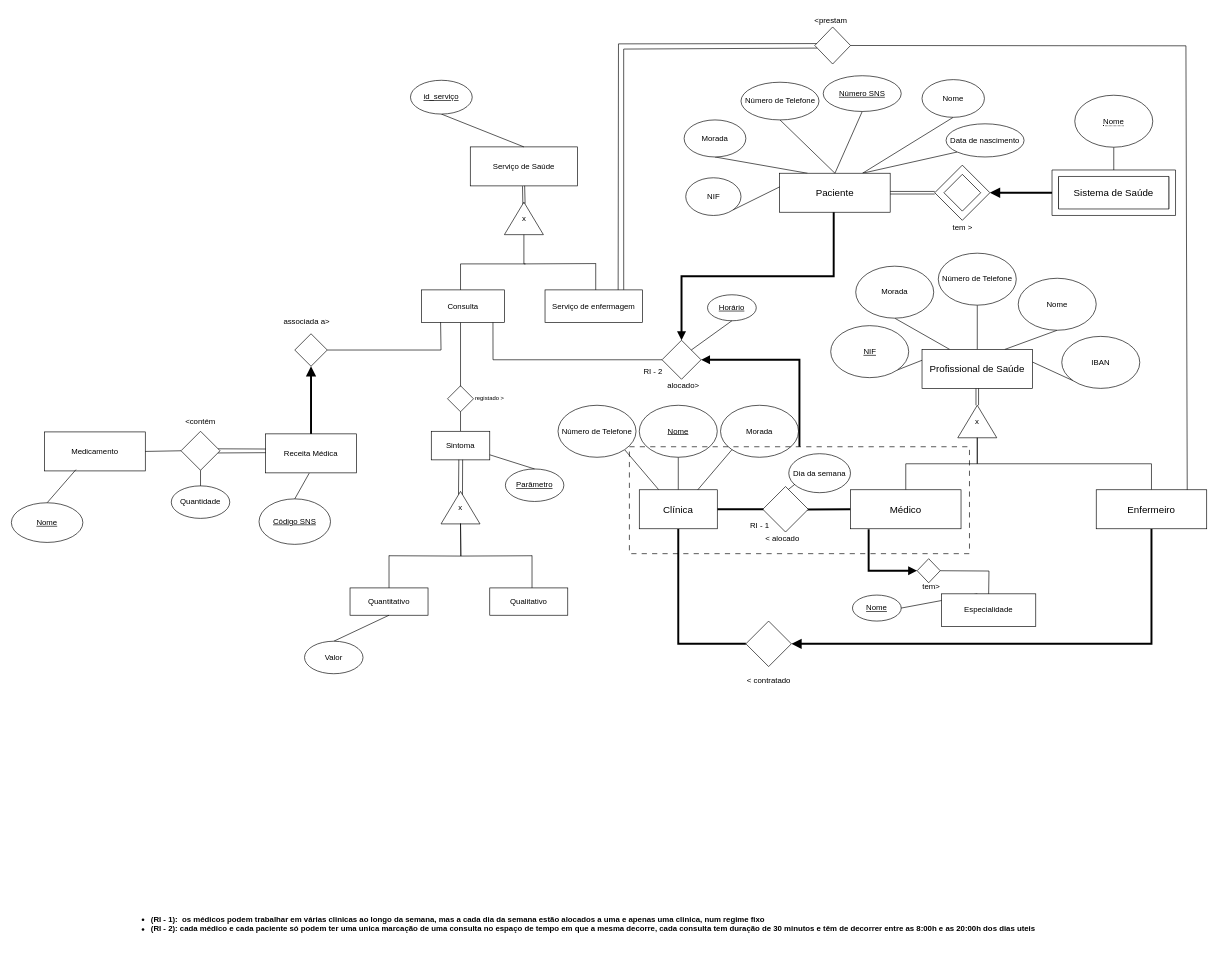
Before: page "Page-1" (1 of 2) of diagrams/modelo_EA.drawio in Zane-dev16/BD-projeto-E1, a draw.io diagram. Source tidied: cells renumbered, new cells numbered last; positions are measured from the earlier drawing's top-left corner, leaving out a move shared by most shapes. Both pictures are drawn from the tidied source at 65%, with x=0, y=0 at pixel (11, 11).
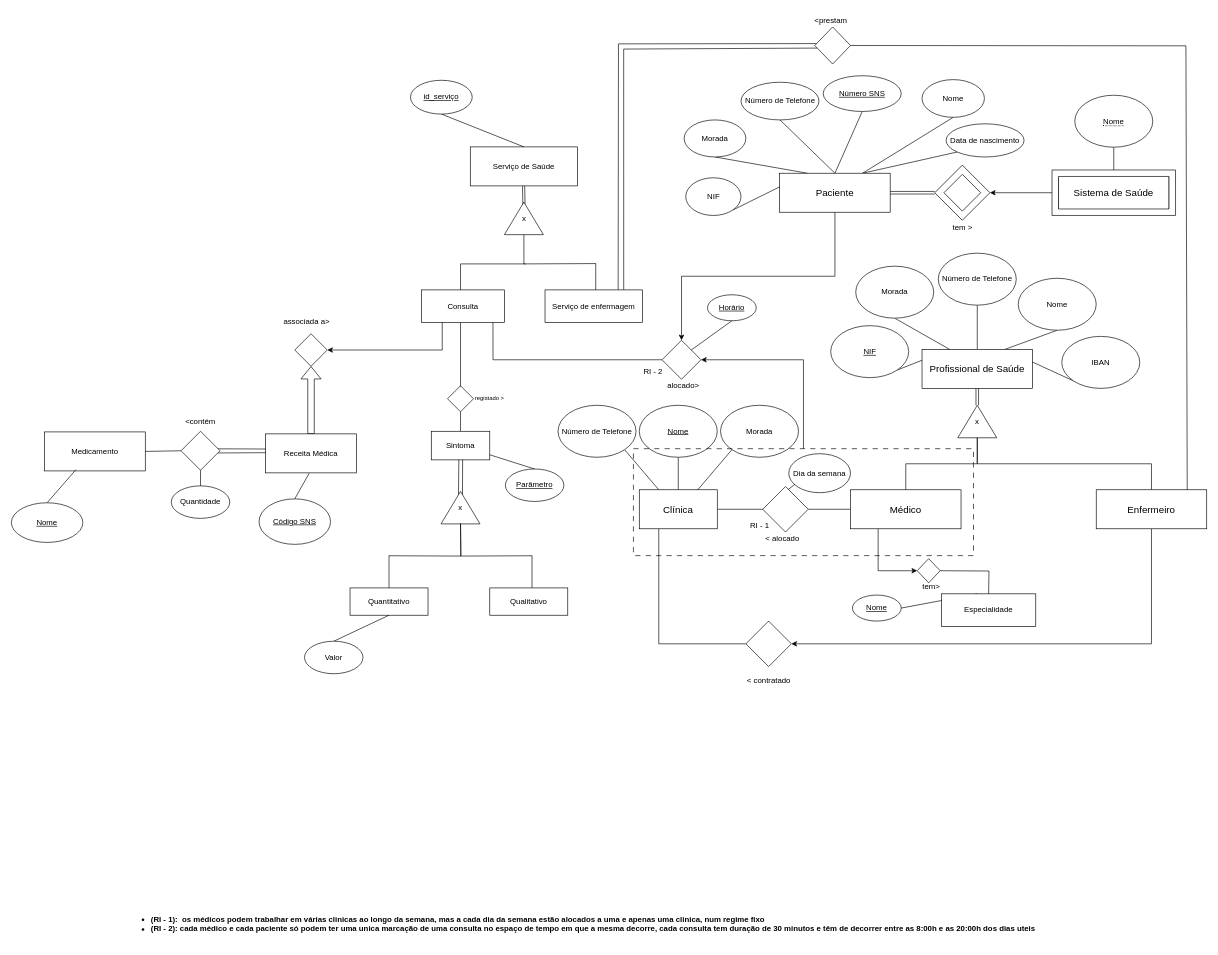
The same page after the edit.

Unchanged cells that the change refers to:
```xml
<mxCell id="14" style="rhombus;whiteSpace=wrap;html=1;labelBackgroundColor=none;" parent="1" vertex="1">
  <mxGeometry x="1156" y="731" width="70" height="70" as="geometry" />
</mxCell>
<mxCell id="18" value="&lt;span style=&quot;font-size: 15px;&quot;&gt;Médico&lt;/span&gt;" style="rounded=0;whiteSpace=wrap;html=1;labelBackgroundColor=none;" parent="1" vertex="1">
  <mxGeometry x="1291" y="736" width="170" height="60" as="geometry" />
</mxCell>
<mxCell id="21" value="&lt;span style=&quot;font-size: 15px;&quot;&gt;Enfermeiro&lt;/span&gt;" style="rounded=0;whiteSpace=wrap;html=1;labelBackgroundColor=none;" parent="1" vertex="1">
  <mxGeometry x="1669" y="736" width="170" height="60" as="geometry" />
</mxCell>
<mxCell id="26" value="&lt;font style=&quot;font-size: 15px;&quot;&gt;Clínica&lt;/font&gt;" style="rounded=0;whiteSpace=wrap;html=1;labelBackgroundColor=none;" parent="1" vertex="1">
  <mxGeometry x="966" y="736" width="120" height="60" as="geometry" />
</mxCell>
<mxCell id="31" style="rhombus;whiteSpace=wrap;html=1;labelBackgroundColor=none;" parent="1" vertex="1">
  <mxGeometry x="1130" y="938" width="70" height="70" as="geometry" />
</mxCell>
<mxCell id="41" value="&lt;span style=&quot;font-size: 15px;&quot;&gt;Paciente&lt;/span&gt;" style="rounded=0;whiteSpace=wrap;html=1;labelBackgroundColor=none;" parent="1" vertex="1">
  <mxGeometry x="1182" y="249" width="170" height="60" as="geometry" />
</mxCell>
<mxCell id="52" style="verticalLabelPosition=bottom;verticalAlign=top;html=1;shape=mxgraph.basic.frame;dx=10;whiteSpace=wrap;labelBackgroundColor=none;" parent="1" vertex="1">
  <mxGeometry x="1601" y="244" width="190" height="70" as="geometry" />
</mxCell>
<mxCell id="54" style="verticalLabelPosition=bottom;verticalAlign=top;html=1;shape=mxgraph.basic.frame;dx=10;whiteSpace=wrap;labelBackgroundColor=none;rotation=45;" parent="1" vertex="1">
  <mxGeometry x="1433" y="249" width="60" height="60" as="geometry" />
</mxCell>
<mxCell id="66" value="Consulta" style="rounded=0;whiteSpace=wrap;html=1;" parent="57" vertex="1">
  <mxGeometry y="220" width="127.5" height="50" as="geometry" />
</mxCell>
<mxCell id="69" style="rhombus;whiteSpace=wrap;html=1;" parent="1" vertex="1">
  <mxGeometry x="436" y="496" width="50" height="50" as="geometry" />
</mxCell>
<mxCell id="88" style="rhombus;whiteSpace=wrap;html=1;" parent="1" vertex="1">
  <mxGeometry x="1393.5" y="842" width="35.5" height="37.1" as="geometry" />
</mxCell>
<mxCell id="94" style="rhombus;whiteSpace=wrap;html=1;" parent="1" vertex="1">
  <mxGeometry x="1001" y="506" width="60" height="60" as="geometry" />
</mxCell>
<mxCell id="112" value="Receita Médica" style="rounded=0;whiteSpace=wrap;html=1;" parent="1" vertex="1">
  <mxGeometry x="391" y="650" width="140" height="60" as="geometry" />
</mxCell>
```

The edit, as a diff of the source:
```diff
@@
-    <mxCell id="13" style="edgeStyle=none;curved=1;rounded=0;jettySize=auto;html=1;exitX=0.949;exitY=0.503;exitDx=0;exitDy=0;entryX=0;entryY=0.5;entryDx=0;entryDy=0;fontSize=12;startSize=8;endSize=8;strokeWidth=3;endArrow=none;endFill=0;exitPerimeter=0;" parent="1" edge="1" source="14" target="18">
-      <mxGeometry relative="1" as="geometry" />
-    </mxCell>
@@
+    <mxCell id="129" style="edgeStyle=orthogonalEdgeStyle;rounded=0;jettySize=auto;html=1;exitX=0.25;exitY=1;exitDx=0;exitDy=0;entryX=0;entryY=0.5;entryDx=0;entryDy=0;" parent="1" edge="1" source="18" target="88">
+      <mxGeometry relative="1" as="geometry" />
+    </mxCell>
+    <mxCell id="130" style="edgeStyle=orthogonalEdgeStyle;rounded=0;jettySize=auto;html=1;exitX=0;exitY=0.5;exitDx=0;exitDy=0;entryX=1;entryY=0.5;entryDx=0;entryDy=0;endArrow=none;endFill=0;" parent="1" edge="1" source="18" target="14">
+      <mxGeometry relative="1" as="geometry" />
+    </mxCell>
@@
-    <mxCell id="20" style="edgeStyle=orthogonalEdgeStyle;rounded=0;jettySize=auto;html=1;exitX=0.5;exitY=1;exitDx=0;exitDy=0;entryX=1;entryY=0.5;entryDx=0;entryDy=0;fontSize=12;startSize=8;endSize=8;strokeWidth=3;endArrow=block;endFill=1;" parent="1" edge="1" source="21" target="31">
+    <mxCell id="20" style="edgeStyle=orthogonalEdgeStyle;rounded=0;jettySize=auto;html=1;exitX=0.5;exitY=1;exitDx=0;exitDy=0;entryX=1;entryY=0.5;entryDx=0;entryDy=0;" parent="1" edge="1" source="21" target="31">
       <mxGeometry relative="1" as="geometry" />
     </mxCell>
@@
-    <mxCell id="24" style="edgeStyle=none;curved=1;rounded=0;jettySize=auto;html=1;exitX=1;exitY=0.5;exitDx=0;exitDy=0;fontSize=12;startSize=8;endSize=8;strokeWidth=3;endArrow=none;endFill=0;" parent="1" edge="1" source="26">
-      <mxGeometry relative="1" as="geometry">
-        <mxPoint x="1157" y="766" as="targetPoint" />
-      </mxGeometry>
-    </mxCell>
-    <mxCell id="25" style="edgeStyle=orthogonalEdgeStyle;rounded=0;jettySize=auto;html=1;exitX=0.5;exitY=1;exitDx=0;exitDy=0;entryX=0;entryY=0.5;entryDx=0;entryDy=0;fontSize=12;startSize=8;endSize=8;endArrow=none;endFill=0;strokeWidth=3;" parent="1" edge="1" source="26" target="31">
+    <mxCell id="25" style="edgeStyle=orthogonalEdgeStyle;rounded=0;jettySize=auto;html=1;exitX=0.25;exitY=1;exitDx=0;exitDy=0;entryX=0;entryY=0.5;entryDx=0;entryDy=0;endArrow=none;endFill=0;" parent="1" edge="1" source="26" target="31">
       <mxGeometry relative="1" as="geometry" />
     </mxCell>
+    <mxCell id="131" style="edgeStyle=orthogonalEdgeStyle;rounded=0;jettySize=auto;html=1;exitX=1;exitY=0.5;exitDx=0;exitDy=0;entryX=0;entryY=0.5;entryDx=0;entryDy=0;endArrow=none;endFill=0;" parent="1" edge="1" source="26" target="14">
+      <mxGeometry relative="1" as="geometry" />
+    </mxCell>
@@
+    <mxCell id="132" style="edgeStyle=orthogonalEdgeStyle;rounded=0;jettySize=auto;html=1;exitX=0.5;exitY=1;exitDx=0;exitDy=0;entryX=0.5;entryY=0;entryDx=0;entryDy=0;" parent="1" edge="1" source="41" target="94">
+      <mxGeometry relative="1" as="geometry" />
+    </mxCell>
@@
-    <mxCell id="68" style="edgeStyle=none;curved=1;rounded=0;jettySize=auto;html=1;exitX=0.5;exitY=1;exitDx=0;exitDy=0;fontSize=12;startSize=8;endSize=8;endArrow=none;endFill=0;startArrow=block;startFill=1;strokeWidth=3;" parent="1" edge="1" source="69" target="112">
-      <mxGeometry relative="1" as="geometry" />
-    </mxCell>
@@
-    <mxCell id="70" style="endArrow=none;html=1;rounded=0;exitX=1;exitY=0.5;exitDx=0;exitDy=0;entryX=0.23;entryY=0.994;entryDx=0;entryDy=0;entryPerimeter=0;" parent="1" edge="1" source="69" target="66">
-      <mxGeometry relative="1" as="geometry">
-        <Array as="points">
-          <mxPoint x="661" y="521" />
-        </Array>
-      </mxGeometry>
-    </mxCell>
@@
-    <mxCell id="90" style="endArrow=none;html=1;rounded=0;exitX=0;exitY=0.5;exitDx=0;exitDy=0;entryX=0.164;entryY=1.014;entryDx=0;entryDy=0;entryPerimeter=0;edgeStyle=orthogonalEdgeStyle;strokeWidth=3;endFill=0;startArrow=block;startFill=1;" parent="1" edge="1" source="88" target="18">
-      <mxGeometry relative="1" as="geometry" />
-    </mxCell>
@@
+    <mxCell id="95" style="edgeStyle=orthogonalEdgeStyle;rounded=0;jettySize=auto;html=1;exitX=0.5;exitY=0;exitDx=0;exitDy=0;entryX=1;entryY=0.5;entryDx=0;entryDy=0;" parent="1" edge="1" source="93" target="94">
+      <mxGeometry relative="1" as="geometry" />
+    </mxCell>
     <mxCell id="93" style="rounded=0;whiteSpace=wrap;html=1;fillColor=none;dashed=1;dashPattern=8 8;" parent="1" vertex="1">
-      <mxGeometry x="950.8" y="669.8" width="523.2" height="164.5" as="geometry" />
+      <mxGeometry x="957" y="672.8" width="523.2" height="164.5" as="geometry" />
     </mxCell>
@@
-    <mxCell id="95" style="endArrow=block;html=1;rounded=0;exitX=0.5;exitY=0;exitDx=0;exitDy=0;entryX=1;entryY=0.5;entryDx=0;entryDy=0;edgeStyle=orthogonalEdgeStyle;endFill=1;strokeWidth=3;" parent="1" edge="1" source="93" target="94">
-      <mxGeometry relative="1" as="geometry" />
-    </mxCell>
-    <mxCell id="96" style="endArrow=none;html=1;rounded=0;exitX=0.5;exitY=0;exitDx=0;exitDy=0;entryX=0.489;entryY=1.001;entryDx=0;entryDy=0;entryPerimeter=0;edgeStyle=orthogonalEdgeStyle;endFill=0;startArrow=block;startFill=1;strokeWidth=3;" parent="1" edge="1" source="94" target="41">
-      <mxGeometry relative="1" as="geometry" />
-    </mxCell>
@@
+    <mxCell id="133" style="edgeStyle=orthogonalEdgeStyle;rounded=0;jettySize=auto;html=1;exitX=0.5;exitY=0;exitDx=0;exitDy=0;entryX=0.5;entryY=1;entryDx=0;entryDy=0;shape=flexArrow;endArrow=block;endFill=0;" parent="1" edge="1" source="112" target="69">
+      <mxGeometry relative="1" as="geometry" />
+    </mxCell>
@@
-    <mxCell id="121" style="edgeStyle=none;curved=1;rounded=0;jettySize=auto;html=1;exitX=0;exitY=0.5;exitDx=0;exitDy=0;exitPerimeter=0;entryX=1;entryY=0;entryDx=0;entryDy=0;entryPerimeter=0;fontSize=12;startSize=8;endSize=8;strokeWidth=3;endArrow=block;endFill=1;" parent="1" edge="1" source="52" target="54">
-      <mxGeometry relative="1" as="geometry" />
-    </mxCell>
@@
+    <mxCell id="121" style="edgeStyle=orthogonalEdgeStyle;rounded=0;jettySize=auto;html=1;exitX=0;exitY=0.5;exitDx=0;exitDy=0;exitPerimeter=0;entryX=1;entryY=0;entryDx=0;entryDy=0;entryPerimeter=0;" parent="1" edge="1" source="52" target="54">
+      <mxGeometry relative="1" as="geometry" />
+    </mxCell>
+    <mxCell id="134" style="edgeStyle=orthogonalEdgeStyle;rounded=0;jettySize=auto;html=1;exitX=0.25;exitY=1;exitDx=0;exitDy=0;entryX=1;entryY=0.5;entryDx=0;entryDy=0;" parent="1" edge="1" source="66" target="69">
+      <mxGeometry relative="1" as="geometry" />
+    </mxCell>
```
